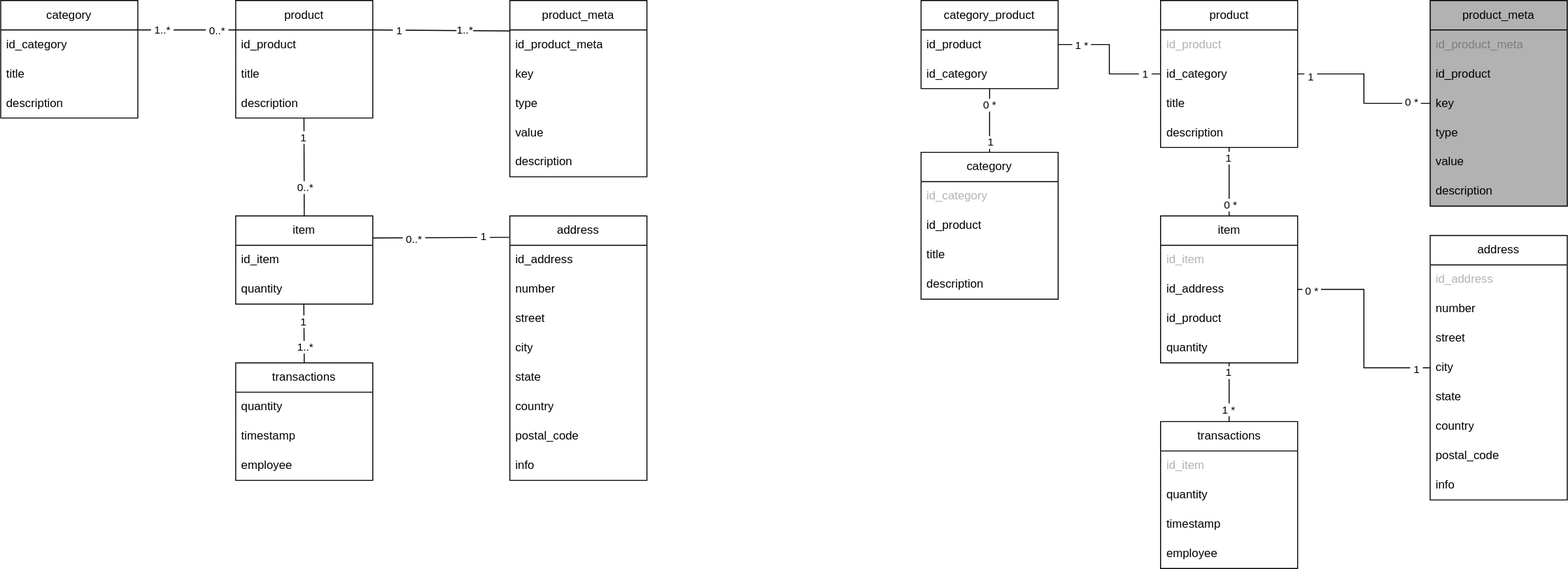
This is docs/classes/inventory-class-diagram.svg from PROCOM-ERP/IMT-3A-PROCOM-ERP, a draw.io export, as it was before one commit. Source tidied: cells renumbered, new cells last; positions are measured from the earlier drawing's top-left corner, leaving out a move shared by most shapes.
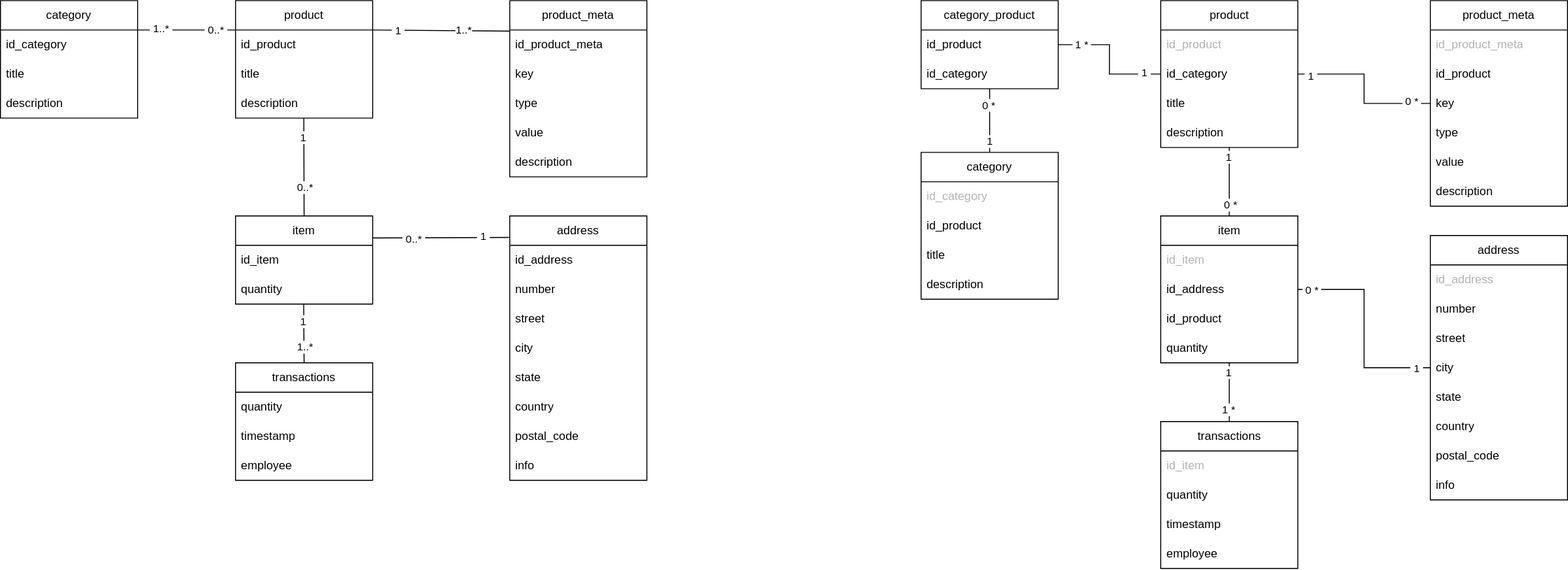
The same file after the commit.

What changed in the source:
```diff
@@ -322,8 +322,5 @@
     <mxCell id="103" value="id_category" style="text;strokeColor=none;fillColor=none;align=left;verticalAlign=middle;spacingLeft=4;spacingRight=4;overflow=hidden;whiteSpace=wrap;html=1;" parent="101" vertex="1">
       <mxGeometry y="60" width="140" height="30" as="geometry" />
     </mxCell>
-    <mxCell id="104" style="rounded=0;whiteSpace=wrap;html=1;fillColor=#000000;opacity=30;" parent="1" vertex="1">
-      <mxGeometry x="1460" width="140" height="210" as="geometry" />
-    </mxCell>
   </root>
 </mxGraphModel>
```
